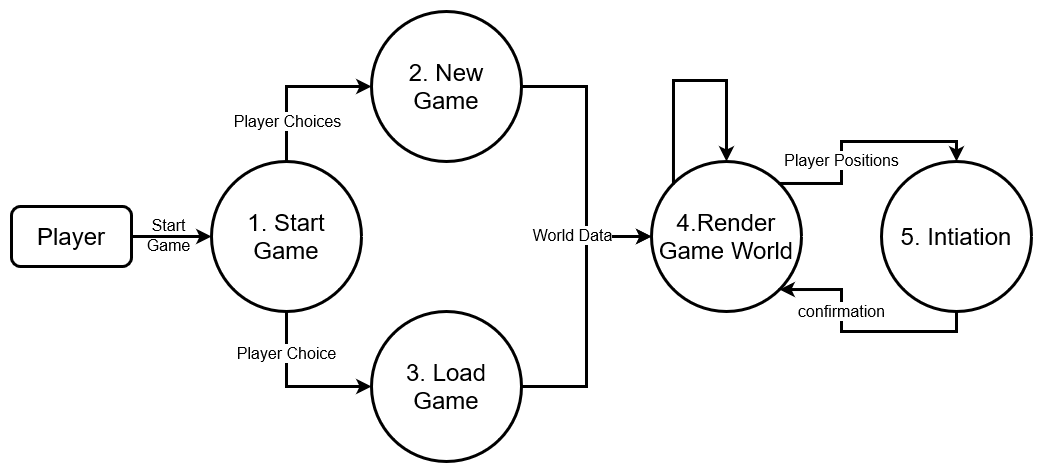
Earlier version of the draw.io export Pictures/dataflow/Level 1.3.drawio.png (FM-Man/SPL_2). Source tidied: cells renumbered, new cells last; positions are measured from the earlier drawing's top-left corner, leaving out a move shared by most shapes.
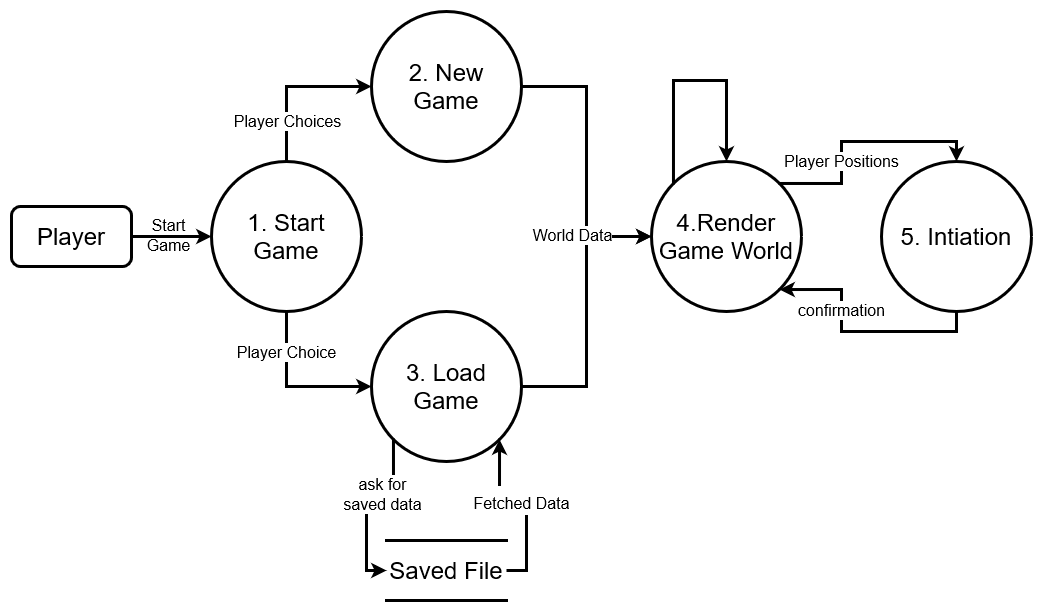
Above is the later version.

The edit, as a diff of the source:
```diff
@@ -39,6 +39,14 @@
         <mxPoint x="-14" y="-5" as="offset" />
       </mxGeometry>
     </mxCell>
+    <mxCell id="19" style="edgeStyle=orthogonalEdgeStyle;rounded=0;jettySize=auto;html=1;exitX=0;exitY=1;exitDx=0;exitDy=0;entryX=0;entryY=0.5;entryDx=0;entryDy=0;fontSize=24;strokeWidth=3;" parent="1" edge="1" source="13" target="22">
+      <mxGeometry relative="1" as="geometry" />
+    </mxCell>
+    <mxCell id="20" value="&lt;div style=&quot;font-size: 16px;&quot;&gt;ask for&lt;/div&gt;&lt;div style=&quot;font-size: 16px;&quot;&gt;saved data&lt;/div&gt;" style="edgeLabel;html=1;align=center;verticalAlign=middle;fontSize=16;" parent="19" vertex="1">
+      <mxGeometry x="-0.47" y="2" relative="1" as="geometry">
+        <mxPoint x="-14" y="7" as="offset" />
+      </mxGeometry>
+    </mxCell>
     <mxCell id="13" value="&lt;div&gt;3. Load&lt;/div&gt;&lt;div&gt;Game&lt;/div&gt;" style="ellipse;whiteSpace=wrap;html=1;fontSize=24;strokeWidth=3;" parent="1" vertex="1">
       <mxGeometry x="360" y="300" width="150" height="150" as="geometry" />
     </mxCell>
@@ -62,5 +70,11 @@
         </Array>
       </mxGeometry>
     </mxCell>
+    <mxCell id="21" value="&lt;font style=&quot;font-size: 16px&quot;&gt;Fetched Data&lt;/font&gt;" style="edgeStyle=orthogonalEdgeStyle;rounded=0;jettySize=auto;html=1;entryX=1;entryY=1;entryDx=0;entryDy=0;fontSize=24;strokeWidth=3;exitX=1;exitY=0.5;exitDx=0;exitDy=0;" parent="1" edge="1" source="22" target="13">
+      <mxGeometry x="0.06" y="-1" relative="1" as="geometry" />
+    </mxCell>
+    <mxCell id="22" value="&lt;font style=&quot;font-size: 24px&quot;&gt;Saved File&lt;br&gt;&lt;/font&gt;" style="shape=partialRectangle;whiteSpace=wrap;html=1;left=0;right=0;fillColor=none;fontSize=16;strokeWidth=3;" parent="1" vertex="1">
+      <mxGeometry x="375" y="529" width="120" height="60" as="geometry" />
+    </mxCell>
   </root>
 </mxGraphModel>
```
